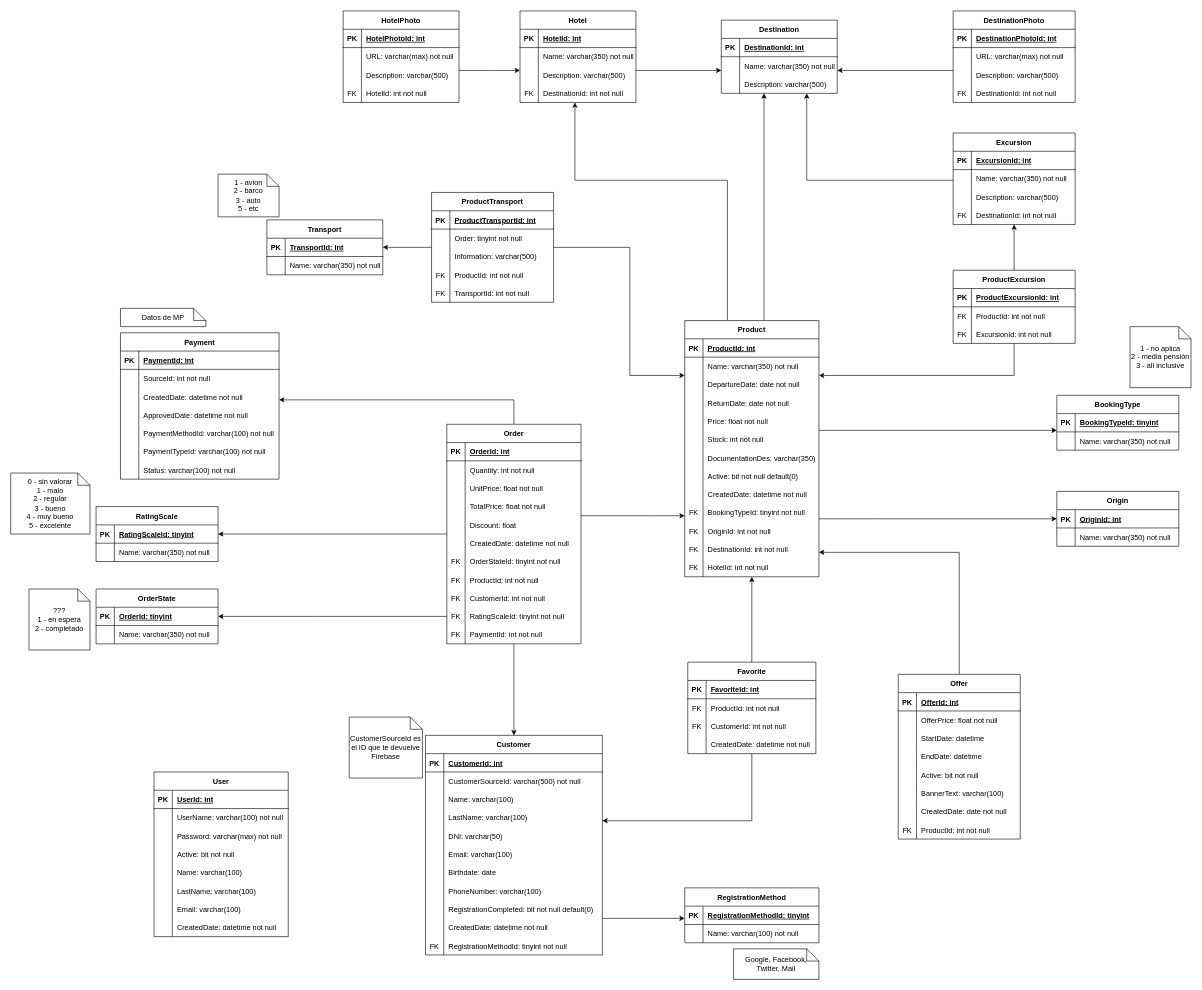
parafcyt/Taller keeps this draw.io diagram as page "Diagrama de clases" (1 of 4) of bbdd/diagramas.drawio. Above is the earlier version. Source tidied: cells renumbered, new cells numbered last; positions are measured from the earlier drawing's top-left corner, leaving out a move shared by most shapes. Both pictures are drawn from the tidied source at 61%, with x=0, y=0 at pixel (10, 10).
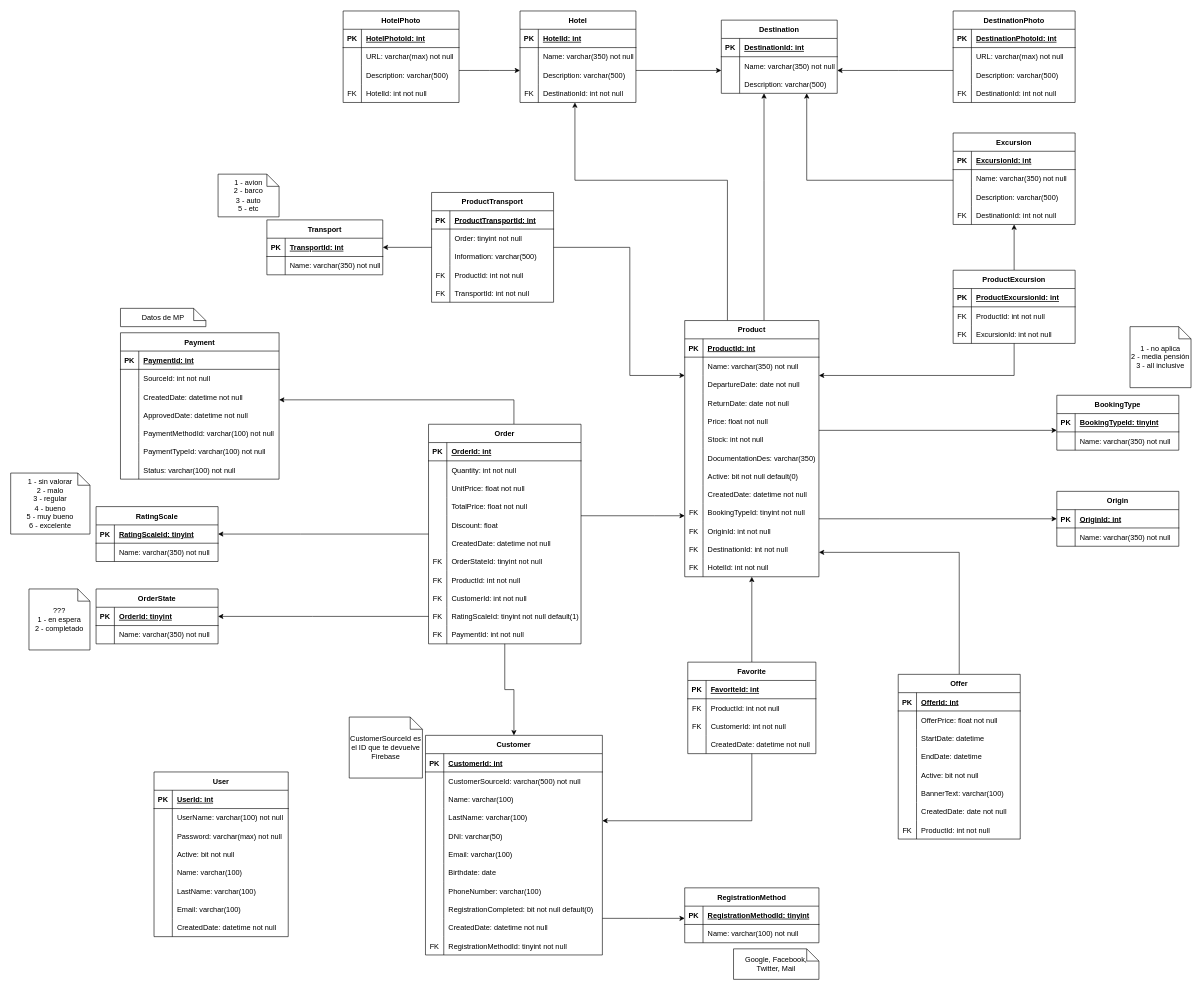
The same diagram, later.

Commit message:
actualiza diagrama de bbdd

The edit, as a diff of the source:
```diff
@@
     <mxCell id="195" value="Order" style="shape=table;startSize=30;childLayout=tableLayout;rowLines=0;fontStyle=1;align=center;" parent="1" vertex="1">
-      <mxGeometry x="715" y="678" width="220" height="360" as="geometry" />
+      <mxGeometry x="685" y="678" width="250" height="360" as="geometry" />
     </mxCell>
     <mxCell id="196" style="shape=tableRow;horizontal=0;startSize=0;swimlaneHead=0;swimlaneBody=0;fillColor=none;top=0;left=0;right=0;bottom=1;" parent="195" vertex="1">
-      <mxGeometry y="30" width="220" height="30" as="geometry" />
+      <mxGeometry y="30" width="250" height="30" as="geometry" />
     </mxCell>
@@
     <mxCell id="198" value="OrderId: int" style="shape=partialRectangle;fillColor=none;top=0;left=0;bottom=0;right=0;align=left;spacingLeft=6;fontStyle=5;overflow=hidden;" parent="196" vertex="1">
-      <mxGeometry x="30" width="190" height="30" as="geometry" />
+      <mxGeometry x="30" width="220" height="30" as="geometry" />
     </mxCell>
     <mxCell id="199" style="shape=tableRow;horizontal=0;startSize=0;swimlaneHead=0;swimlaneBody=0;fillColor=none;top=0;left=0;right=0;bottom=0;" parent="195" vertex="1">
-      <mxGeometry y="60" width="220" height="30" as="geometry" />
+      <mxGeometry y="60" width="250" height="30" as="geometry" />
     </mxCell>
@@
     <mxCell id="201" value="Quantity: int not null" style="shape=partialRectangle;fillColor=none;top=0;left=0;bottom=0;right=0;align=left;spacingLeft=6;overflow=hidden;" parent="199" vertex="1">
-      <mxGeometry x="30" width="190" height="30" as="geometry" />
+      <mxGeometry x="30" width="220" height="30" as="geometry" />
     </mxCell>
     <mxCell id="202" style="shape=tableRow;horizontal=0;startSize=0;swimlaneHead=0;swimlaneBody=0;fillColor=none;top=0;left=0;right=0;bottom=0;" parent="195" vertex="1">
-      <mxGeometry y="90" width="220" height="30" as="geometry" />
+      <mxGeometry y="90" width="250" height="30" as="geometry" />
     </mxCell>
@@
     <mxCell id="204" value="UnitPrice: float not null" style="shape=partialRectangle;fillColor=none;top=0;left=0;bottom=0;right=0;align=left;spacingLeft=6;overflow=hidden;" parent="202" vertex="1">
-      <mxGeometry x="30" width="190" height="30" as="geometry" />
+      <mxGeometry x="30" width="220" height="30" as="geometry" />
     </mxCell>
     <mxCell id="205" style="shape=tableRow;horizontal=0;startSize=0;swimlaneHead=0;swimlaneBody=0;fillColor=none;top=0;left=0;right=0;bottom=0;" parent="195" vertex="1">
-      <mxGeometry y="120" width="220" height="30" as="geometry" />
+      <mxGeometry y="120" width="250" height="30" as="geometry" />
     </mxCell>
@@
     <mxCell id="207" value="TotalPrice: float not null" style="shape=partialRectangle;fillColor=none;top=0;left=0;bottom=0;right=0;align=left;spacingLeft=6;overflow=hidden;" parent="205" vertex="1">
-      <mxGeometry x="30" width="190" height="30" as="geometry" />
+      <mxGeometry x="30" width="220" height="30" as="geometry" />
     </mxCell>
     <mxCell id="208" style="shape=tableRow;horizontal=0;startSize=0;swimlaneHead=0;swimlaneBody=0;fillColor=none;top=0;left=0;right=0;bottom=0;" parent="195" vertex="1">
-      <mxGeometry y="150" width="220" height="30" as="geometry" />
+      <mxGeometry y="150" width="250" height="30" as="geometry" />
     </mxCell>
@@
     <mxCell id="210" value="Discount: float" style="shape=partialRectangle;fillColor=none;top=0;left=0;bottom=0;right=0;align=left;spacingLeft=6;overflow=hidden;" parent="208" vertex="1">
-      <mxGeometry x="30" width="190" height="30" as="geometry" />
+      <mxGeometry x="30" width="220" height="30" as="geometry" />
     </mxCell>
     <mxCell id="211" style="shape=tableRow;horizontal=0;startSize=0;swimlaneHead=0;swimlaneBody=0;fillColor=none;top=0;left=0;right=0;bottom=0;" parent="195" vertex="1">
-      <mxGeometry y="180" width="220" height="30" as="geometry" />
+      <mxGeometry y="180" width="250" height="30" as="geometry" />
     </mxCell>
@@
     <mxCell id="213" value="CreatedDate: datetime not null" style="shape=partialRectangle;fillColor=none;top=0;left=0;bottom=0;right=0;align=left;spacingLeft=6;overflow=hidden;" parent="211" vertex="1">
-      <mxGeometry x="30" width="190" height="30" as="geometry" />
+      <mxGeometry x="30" width="220" height="30" as="geometry" />
     </mxCell>
     <mxCell id="214" style="shape=tableRow;horizontal=0;startSize=0;swimlaneHead=0;swimlaneBody=0;fillColor=none;top=0;left=0;right=0;bottom=0;" parent="195" vertex="1">
-      <mxGeometry y="210" width="220" height="30" as="geometry" />
+      <mxGeometry y="210" width="250" height="30" as="geometry" />
     </mxCell>
@@
     <mxCell id="216" value="OrderStateId: tinyint not null" style="shape=partialRectangle;fillColor=none;top=0;left=0;bottom=0;right=0;align=left;spacingLeft=6;overflow=hidden;" parent="214" vertex="1">
-      <mxGeometry x="30" width="190" height="30" as="geometry" />
+      <mxGeometry x="30" width="220" height="30" as="geometry" />
     </mxCell>
     <mxCell id="217" style="shape=tableRow;horizontal=0;startSize=0;swimlaneHead=0;swimlaneBody=0;fillColor=none;top=0;left=0;right=0;bottom=0;" parent="195" vertex="1">
-      <mxGeometry y="240" width="220" height="30" as="geometry" />
+      <mxGeometry y="240" width="250" height="30" as="geometry" />
     </mxCell>
@@
     <mxCell id="219" value="ProductId: int not null" style="shape=partialRectangle;fillColor=none;top=0;left=0;bottom=0;right=0;align=left;spacingLeft=6;overflow=hidden;" parent="217" vertex="1">
-      <mxGeometry x="30" width="190" height="30" as="geometry" />
+      <mxGeometry x="30" width="220" height="30" as="geometry" />
     </mxCell>
     <mxCell id="220" style="shape=tableRow;horizontal=0;startSize=0;swimlaneHead=0;swimlaneBody=0;fillColor=none;top=0;left=0;right=0;bottom=0;" parent="195" vertex="1">
-      <mxGeometry y="270" width="220" height="30" as="geometry" />
+      <mxGeometry y="270" width="250" height="30" as="geometry" />
     </mxCell>
@@
     <mxCell id="222" value="CustomerId: int not null" style="shape=partialRectangle;fillColor=none;top=0;left=0;bottom=0;right=0;align=left;spacingLeft=6;overflow=hidden;" parent="220" vertex="1">
-      <mxGeometry x="30" width="190" height="30" as="geometry" />
+      <mxGeometry x="30" width="220" height="30" as="geometry" />
     </mxCell>
     <mxCell id="223" style="shape=tableRow;horizontal=0;startSize=0;swimlaneHead=0;swimlaneBody=0;fillColor=none;top=0;left=0;right=0;bottom=0;" parent="195" vertex="1">
-      <mxGeometry y="300" width="220" height="30" as="geometry" />
+      <mxGeometry y="300" width="250" height="30" as="geometry" />
     </mxCell>
@@
-    <mxCell id="225" value="RatingScaleId: tinyint not null" style="shape=partialRectangle;fillColor=none;top=0;left=0;bottom=0;right=0;align=left;spacingLeft=6;overflow=hidden;" parent="223" vertex="1">
-      <mxGeometry x="30" width="190" height="30" as="geometry" />
+    <mxCell id="225" value="RatingScaleId: tinyint not null default(1)" style="shape=partialRectangle;fillColor=none;top=0;left=0;bottom=0;right=0;align=left;spacingLeft=6;overflow=hidden;" parent="223" vertex="1">
+      <mxGeometry x="30" width="220" height="30" as="geometry" />
     </mxCell>
     <mxCell id="226" style="shape=tableRow;horizontal=0;startSize=0;swimlaneHead=0;swimlaneBody=0;fillColor=none;top=0;left=0;right=0;bottom=0;" parent="195" vertex="1">
-      <mxGeometry y="330" width="220" height="30" as="geometry" />
+      <mxGeometry y="330" width="250" height="30" as="geometry" />
     </mxCell>
@@
     <mxCell id="228" value="PaymentId: int not null" style="shape=partialRectangle;fillColor=none;top=0;left=0;bottom=0;right=0;align=left;spacingLeft=6;overflow=hidden;" parent="226" vertex="1">
-      <mxGeometry x="30" width="190" height="30" as="geometry" />
+      <mxGeometry x="30" width="220" height="30" as="geometry" />
     </mxCell>
@@
-    <mxCell id="278" value="0 - sin valorar&lt;br&gt;1 - malo&lt;br&gt;2 - regular&lt;br&gt;3 - bueno&lt;br&gt;4 - muy bueno&lt;br&gt;5 - excelente" style="shape=note;size=20;whiteSpace=wrap;html=1;" parent="1" vertex="1">
+    <mxCell id="278" value="1 - sin valorar&lt;br&gt;2 - malo&lt;br&gt;3 - regular&lt;br&gt;4 - bueno&lt;br&gt;5 - muy bueno&lt;br&gt;6 - excelente" style="shape=note;size=20;whiteSpace=wrap;html=1;" parent="1" vertex="1">
       <mxGeometry y="758" width="130" height="100" as="geometry" />
     </mxCell>
```
